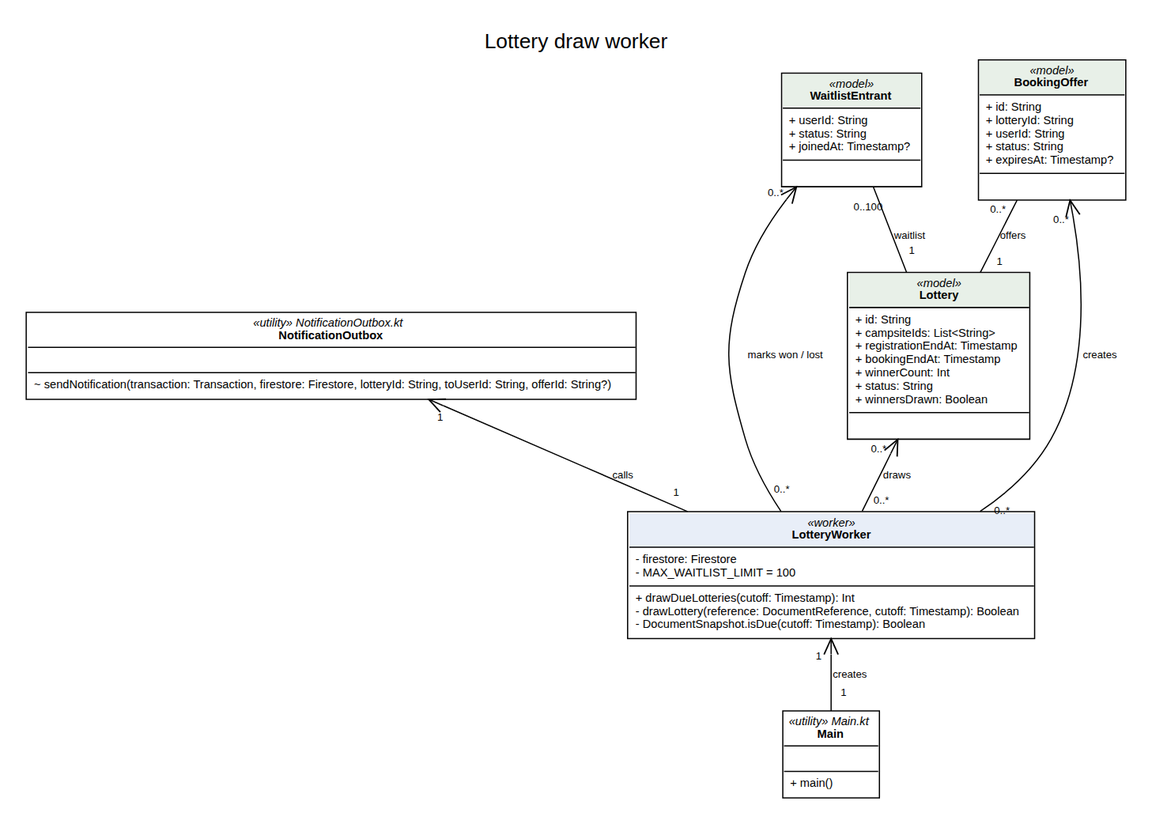
CMPUT301F26-legion/legion-events keeps this Graphviz diagram as doc/uml/lottery_worker.png. Above is the earlier version. Its source is kept beside it as doc/uml/lottery_worker.dot. Its diagram source:
```dot
digraph G {
  graph [rankdir=BT fontname="Liberation Sans" nodesep=0.5 ranksep=0.7 dpi=110 pad=0.3
         label="Lottery draw worker" labelloc=t fontsize=18];
  node  [shape=plain fontname="Liberation Sans" fontsize=10];
  edge  [fontname="Liberation Sans" fontsize=9 labeldistance=1.8 labelangle=35];

  Main [label=<<TABLE BORDER="1" CELLBORDER="0" CELLSPACING="0" CELLPADDING="4"><TR><TD><I>«utility» Main.kt</I><BR/><B>Main</B></TD></TR><TR><TD ALIGN="LEFT" BALIGN="LEFT" SIDES="T" BORDER="1"> </TD></TR><TR><TD ALIGN="LEFT" BALIGN="LEFT" SIDES="T" BORDER="1">+ main()</TD></TR></TABLE>>];
  LotteryWorker [label=<<TABLE BORDER="1" CELLBORDER="0" CELLSPACING="0" CELLPADDING="4"><TR><TD BGCOLOR="#e8eef8"><I>«worker»</I><BR/><B>LotteryWorker</B></TD></TR><TR><TD ALIGN="LEFT" BALIGN="LEFT" SIDES="T" BORDER="1">- firestore: Firestore<BR/>- MAX_WAITLIST_LIMIT = 100</TD></TR><TR><TD ALIGN="LEFT" BALIGN="LEFT" SIDES="T" BORDER="1">+ drawDueLotteries(cutoff: Timestamp): Int<BR/>- drawLottery(reference: DocumentReference, cutoff: Timestamp): Boolean<BR/>- DocumentSnapshot.isDue(cutoff: Timestamp): Boolean</TD></TR></TABLE>>];
  NotificationOutbox [label=<<TABLE BORDER="1" CELLBORDER="0" CELLSPACING="0" CELLPADDING="4"><TR><TD><I>«utility» NotificationOutbox.kt</I><BR/><B>NotificationOutbox</B></TD></TR><TR><TD ALIGN="LEFT" BALIGN="LEFT" SIDES="T" BORDER="1"> </TD></TR><TR><TD ALIGN="LEFT" BALIGN="LEFT" SIDES="T" BORDER="1">~ sendNotification(transaction: Transaction, firestore: Firestore, lotteryId: String, toUserId: String, offerId: String?)</TD></TR></TABLE>>];
  Lottery [label=<<TABLE BORDER="1" CELLBORDER="0" CELLSPACING="0" CELLPADDING="4"><TR><TD BGCOLOR="#e8f0e8"><I>«model»</I><BR/><B>Lottery</B></TD></TR><TR><TD ALIGN="LEFT" BALIGN="LEFT" SIDES="T" BORDER="1">+ id: String<BR/>+ campsiteIds: List&lt;String&gt;<BR/>+ registrationEndAt: Timestamp<BR/>+ bookingEndAt: Timestamp<BR/>+ winnerCount: Int<BR/>+ status: String<BR/>+ winnersDrawn: Boolean</TD></TR><TR><TD ALIGN="LEFT" BALIGN="LEFT" SIDES="T" BORDER="1"> </TD></TR></TABLE>>];
  WaitlistEntrant [label=<<TABLE BORDER="1" CELLBORDER="0" CELLSPACING="0" CELLPADDING="4"><TR><TD BGCOLOR="#e8f0e8"><I>«model»</I><BR/><B>WaitlistEntrant</B></TD></TR><TR><TD ALIGN="LEFT" BALIGN="LEFT" SIDES="T" BORDER="1">+ userId: String<BR/>+ status: String<BR/>+ joinedAt: Timestamp?</TD></TR><TR><TD ALIGN="LEFT" BALIGN="LEFT" SIDES="T" BORDER="1"> </TD></TR></TABLE>>];
  BookingOffer [label=<<TABLE BORDER="1" CELLBORDER="0" CELLSPACING="0" CELLPADDING="4"><TR><TD BGCOLOR="#e8f0e8"><I>«model»</I><BR/><B>BookingOffer</B></TD></TR><TR><TD ALIGN="LEFT" BALIGN="LEFT" SIDES="T" BORDER="1">+ id: String<BR/>+ lotteryId: String<BR/>+ userId: String<BR/>+ status: String<BR/>+ expiresAt: Timestamp?</TD></TR><TR><TD ALIGN="LEFT" BALIGN="LEFT" SIDES="T" BORDER="1"> </TD></TR></TABLE>>];
  Main -> LotteryWorker [arrowhead=vee label="creates" taillabel="1" headlabel="1"];
  LotteryWorker -> Lottery [arrowhead=vee label="draws" taillabel="0..*" headlabel="0..*"];
  LotteryWorker -> WaitlistEntrant [arrowhead=vee label="marks won / lost" taillabel="0..*" headlabel="0..*"];
  LotteryWorker -> BookingOffer [arrowhead=vee label="creates" taillabel="0..*" headlabel="0..*"];
  LotteryWorker -> NotificationOutbox [arrowhead=vee label="calls" taillabel="1" headlabel="1"];
  Lottery -> WaitlistEntrant [arrowhead=none label="waitlist" taillabel="1" headlabel="0..100"];
  Lottery -> BookingOffer [arrowhead=none label="offers" taillabel="1" headlabel="0..*"];
}
```
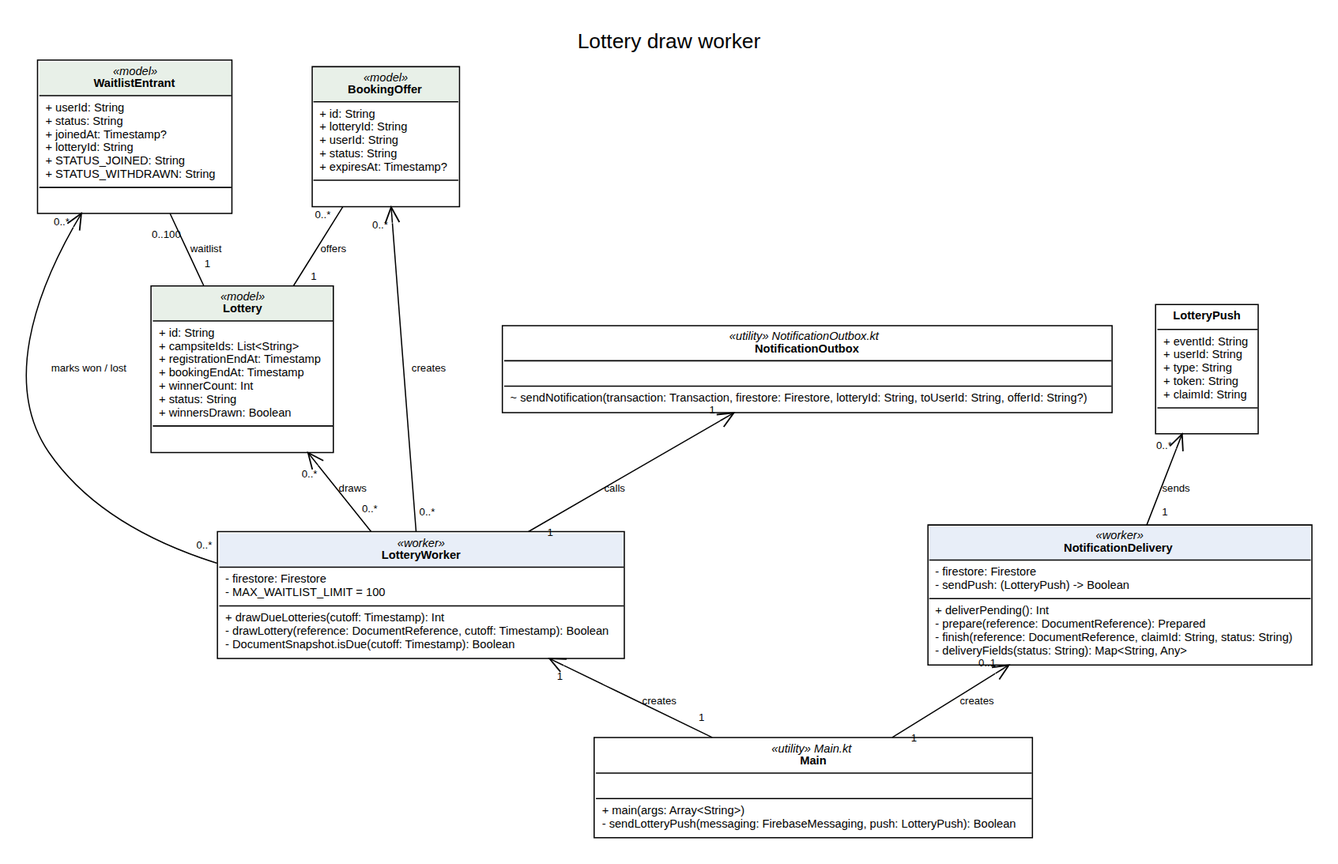
Above is the later version.

Diff of the diagram source:
```diff
@@ -4,12 +4,16 @@
   node  [shape=plain fontname="Liberation Sans" fontsize=10];
   edge  [fontname="Liberation Sans" fontsize=9 labeldistance=1.8 labelangle=35];
 
-  Main [label=<<TABLE BORDER="1" CELLBORDER="0" CELLSPACING="0" CELLPADDING="4"><TR><TD><I>«utility» Main.kt</I><BR/><B>Main</B></TD></TR><TR><TD ALIGN="LEFT" BALIGN="LEFT" SIDES="T" BORDER="1"> </TD></TR><TR><TD ALIGN="LEFT" BALIGN="LEFT" SIDES="T" BORDER="1">+ main()</TD></TR></TABLE>>];
+  Main [label=<<TABLE BORDER="1" CELLBORDER="0" CELLSPACING="0" CELLPADDING="4"><TR><TD><I>«utility» Main.kt</I><BR/><B>Main</B></TD></TR><TR><TD ALIGN="LEFT" BALIGN="LEFT" SIDES="T" BORDER="1"> </TD></TR><TR><TD ALIGN="LEFT" BALIGN="LEFT" SIDES="T" BORDER="1">+ main(args: Array&lt;String&gt;)<BR/>- sendLotteryPush(messaging: FirebaseMessaging, push: LotteryPush): Boolean</TD></TR></TABLE>>];
   LotteryWorker [label=<<TABLE BORDER="1" CELLBORDER="0" CELLSPACING="0" CELLPADDING="4"><TR><TD BGCOLOR="#e8eef8"><I>«worker»</I><BR/><B>LotteryWorker</B></TD></TR><TR><TD ALIGN="LEFT" BALIGN="LEFT" SIDES="T" BORDER="1">- firestore: Firestore<BR/>- MAX_WAITLIST_LIMIT = 100</TD></TR><TR><TD ALIGN="LEFT" BALIGN="LEFT" SIDES="T" BORDER="1">+ drawDueLotteries(cutoff: Timestamp): Int<BR/>- drawLottery(reference: DocumentReference, cutoff: Timestamp): Boolean<BR/>- DocumentSnapshot.isDue(cutoff: Timestamp): Boolean</TD></TR></TABLE>>];
   NotificationOutbox [label=<<TABLE BORDER="1" CELLBORDER="0" CELLSPACING="0" CELLPADDING="4"><TR><TD><I>«utility» NotificationOutbox.kt</I><BR/><B>NotificationOutbox</B></TD></TR><TR><TD ALIGN="LEFT" BALIGN="LEFT" SIDES="T" BORDER="1"> </TD></TR><TR><TD ALIGN="LEFT" BALIGN="LEFT" SIDES="T" BORDER="1">~ sendNotification(transaction: Transaction, firestore: Firestore, lotteryId: String, toUserId: String, offerId: String?)</TD></TR></TABLE>>];
   Lottery [label=<<TABLE BORDER="1" CELLBORDER="0" CELLSPACING="0" CELLPADDING="4"><TR><TD BGCOLOR="#e8f0e8"><I>«model»</I><BR/><B>Lottery</B></TD></TR><TR><TD ALIGN="LEFT" BALIGN="LEFT" SIDES="T" BORDER="1">+ id: String<BR/>+ campsiteIds: List&lt;String&gt;<BR/>+ registrationEndAt: Timestamp<BR/>+ bookingEndAt: Timestamp<BR/>+ winnerCount: Int<BR/>+ status: String<BR/>+ winnersDrawn: Boolean</TD></TR><TR><TD ALIGN="LEFT" BALIGN="LEFT" SIDES="T" BORDER="1"> </TD></TR></TABLE>>];
-  WaitlistEntrant [label=<<TABLE BORDER="1" CELLBORDER="0" CELLSPACING="0" CELLPADDING="4"><TR><TD BGCOLOR="#e8f0e8"><I>«model»</I><BR/><B>WaitlistEntrant</B></TD></TR><TR><TD ALIGN="LEFT" BALIGN="LEFT" SIDES="T" BORDER="1">+ userId: String<BR/>+ status: String<BR/>+ joinedAt: Timestamp?</TD></TR><TR><TD ALIGN="LEFT" BALIGN="LEFT" SIDES="T" BORDER="1"> </TD></TR></TABLE>>];
+  WaitlistEntrant [label=<<TABLE BORDER="1" CELLBORDER="0" CELLSPACING="0" CELLPADDING="4"><TR><TD BGCOLOR="#e8f0e8"><I>«model»</I><BR/><B>WaitlistEntrant</B></TD></TR><TR><TD ALIGN="LEFT" BALIGN="LEFT" SIDES="T" BORDER="1">+ userId: String<BR/>+ status: String<BR/>+ joinedAt: Timestamp?<BR/>+ lotteryId: String<BR/>+ STATUS_JOINED: String<BR/>+ STATUS_WITHDRAWN: String</TD></TR><TR><TD ALIGN="LEFT" BALIGN="LEFT" SIDES="T" BORDER="1"> </TD></TR></TABLE>>];
   BookingOffer [label=<<TABLE BORDER="1" CELLBORDER="0" CELLSPACING="0" CELLPADDING="4"><TR><TD BGCOLOR="#e8f0e8"><I>«model»</I><BR/><B>BookingOffer</B></TD></TR><TR><TD ALIGN="LEFT" BALIGN="LEFT" SIDES="T" BORDER="1">+ id: String<BR/>+ lotteryId: String<BR/>+ userId: String<BR/>+ status: String<BR/>+ expiresAt: Timestamp?</TD></TR><TR><TD ALIGN="LEFT" BALIGN="LEFT" SIDES="T" BORDER="1"> </TD></TR></TABLE>>];
+  NotificationDelivery [label=<<TABLE BORDER="1" CELLBORDER="0" CELLSPACING="0" CELLPADDING="4"><TR><TD BGCOLOR="#e8eef8"><I>«worker»</I><BR/><B>NotificationDelivery</B></TD></TR><TR><TD ALIGN="LEFT" BALIGN="LEFT" SIDES="T" BORDER="1">- firestore: Firestore<BR/>- sendPush: (LotteryPush) -&gt; Boolean</TD></TR><TR><TD ALIGN="LEFT" BALIGN="LEFT" SIDES="T" BORDER="1">+ deliverPending(): Int<BR/>- prepare(reference: DocumentReference): Prepared<BR/>- finish(reference: DocumentReference, claimId: String, status: String)<BR/>- deliveryFields(status: String): Map&lt;String, Any&gt;</TD></TR></TABLE>>];
+  LotteryPush [label=<<TABLE BORDER="1" CELLBORDER="0" CELLSPACING="0" CELLPADDING="4"><TR><TD><B>LotteryPush</B></TD></TR><TR><TD ALIGN="LEFT" BALIGN="LEFT" SIDES="T" BORDER="1">+ eventId: String<BR/>+ userId: String<BR/>+ type: String<BR/>+ token: String<BR/>+ claimId: String</TD></TR><TR><TD ALIGN="LEFT" BALIGN="LEFT" SIDES="T" BORDER="1"> </TD></TR></TABLE>>];
+  Main -> NotificationDelivery [arrowhead=vee label="creates" taillabel="1" headlabel="0..1"];
+  NotificationDelivery -> LotteryPush [arrowhead=vee label="sends" taillabel="1" headlabel="0..*"];
   Main -> LotteryWorker [arrowhead=vee label="creates" taillabel="1" headlabel="1"];
   LotteryWorker -> Lottery [arrowhead=vee label="draws" taillabel="0..*" headlabel="0..*"];
   LotteryWorker -> WaitlistEntrant [arrowhead=vee label="marks won / lost" taillabel="0..*" headlabel="0..*"];
```
